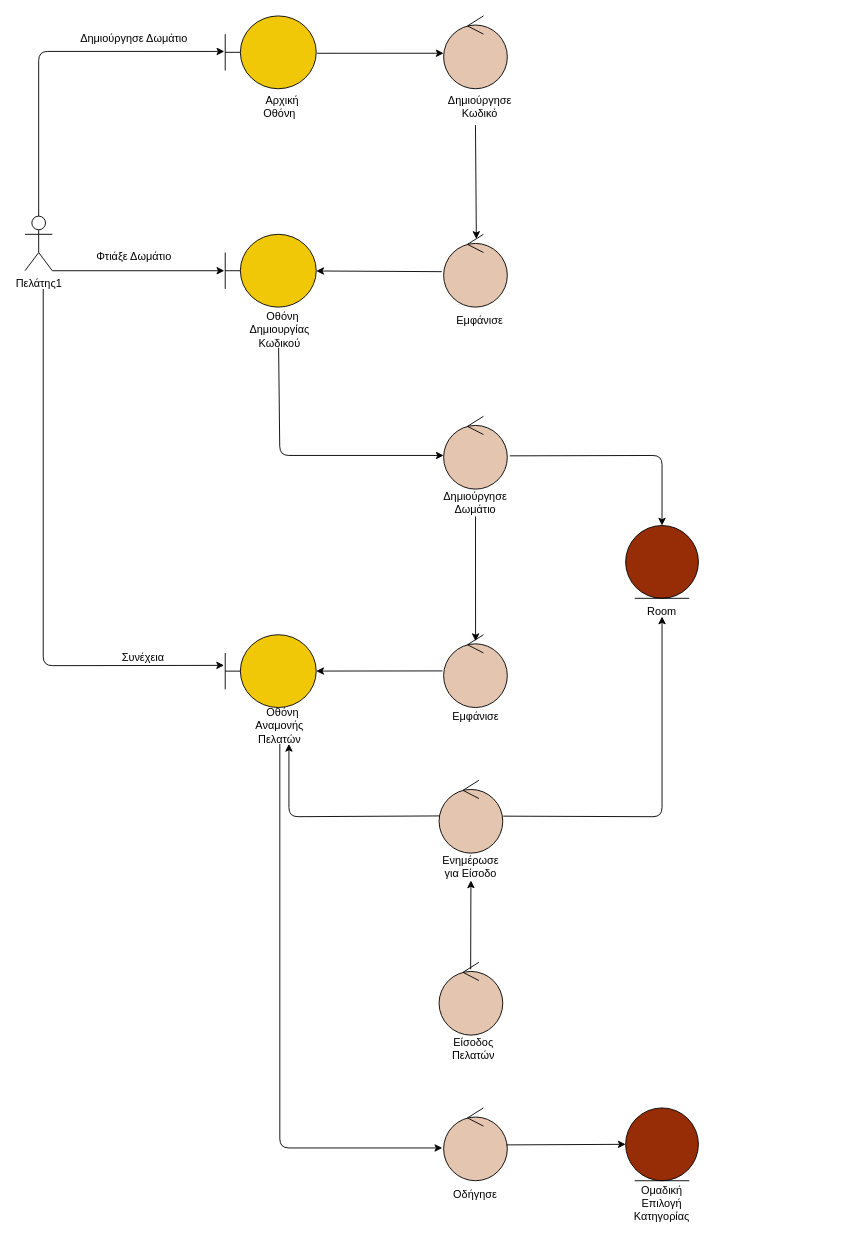
Before: docs/contributions/JoannaAgo/Phase_5/Create Room/Create_Room_Robustness.drawio in iloudaros/nomnomr, a draw.io diagram. Source tidied: cells renumbered, new cells numbered last; positions are measured from the earlier drawing's top-left corner, leaving out a move shared by most shapes. Both pictures are drawn from the tidied source at 91%, with x=0, y=0 at pixel (25, 15).
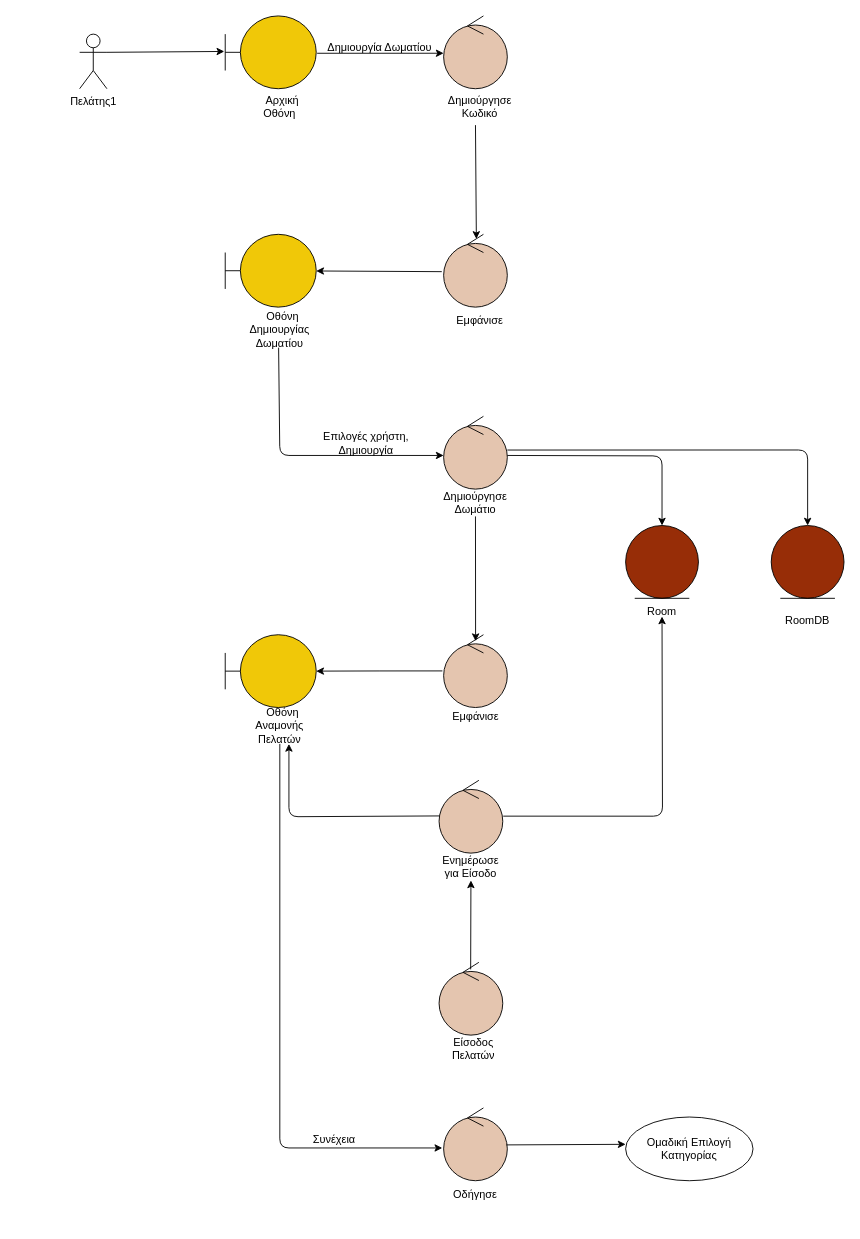
After the change.

Unchanged cells that the change refers to:
```xml
<mxCell id="3" style="shape=umlBoundary;whiteSpace=wrap;html=1;fillColor=#F0C808;" parent="1" vertex="1">
  <mxGeometry x="220" width="100" height="80" as="geometry" />
</mxCell>
<mxCell id="10" style="shape=umlBoundary;whiteSpace=wrap;html=1;fillColor=#F0C808;" parent="1" vertex="1">
  <mxGeometry x="220" y="240" width="100" height="80" as="geometry" />
</mxCell>
<mxCell id="17" style="ellipse;shape=umlControl;whiteSpace=wrap;html=1;fillColor=#E4C5AF;" parent="1" vertex="1">
  <mxGeometry x="460" y="440" width="70" height="80" as="geometry" />
</mxCell>
<mxCell id="20" style="ellipse;shape=umlEntity;whiteSpace=wrap;html=1;fillColor=#972D07;" parent="1" vertex="1">
  <mxGeometry x="660" y="560" width="80" height="80" as="geometry" />
</mxCell>
<mxCell id="23" style="ellipse;shape=umlControl;whiteSpace=wrap;html=1;fillColor=#E4C5AF;" parent="1" vertex="1">
  <mxGeometry x="460" y="680" width="70" height="80" as="geometry" />
</mxCell>
<mxCell id="25" style="shape=umlBoundary;whiteSpace=wrap;html=1;fillColor=#F0C808;" parent="1" vertex="1">
  <mxGeometry x="220" y="680" width="100" height="80" as="geometry" />
</mxCell>
<mxCell id="31" style="ellipse;shape=umlControl;whiteSpace=wrap;html=1;fillColor=#E4C5AF;" parent="1" vertex="1">
  <mxGeometry x="455" y="840" width="70" height="80" as="geometry" />
</mxCell>
<mxCell id="34" style="ellipse;shape=umlControl;whiteSpace=wrap;html=1;fillColor=#E4C5AF;" parent="1" vertex="1">
  <mxGeometry x="460" y="1200" width="70" height="80" as="geometry" />
</mxCell>
```

Diff of the diagram source:
```diff
@@
     <mxCell id="2" value="Πελάτης1" style="shape=umlActor;verticalLabelPosition=bottom;verticalAlign=top;html=1;" parent="1" vertex="1">
-      <mxGeometry y="220" width="30" height="60" as="geometry" />
+      <mxGeometry x="60" y="20" width="30" height="60" as="geometry" />
     </mxCell>
@@
-    <mxCell id="5" style="endArrow=classic;html=1;rounded=1;exitX=0.5;exitY=0;exitDx=0;exitDy=0;exitPerimeter=0;entryX=-0.01;entryY=0.488;entryDx=0;entryDy=0;entryPerimeter=0;" parent="1" edge="1" source="2" target="3">
-      <mxGeometry relative="1" as="geometry">
-        <Array as="points">
-          <mxPoint x="15" y="39" />
-        </Array>
-      </mxGeometry>
+    <mxCell id="5" style="endArrow=classic;html=1;rounded=1;exitX=1;exitY=0.3333333333333333;exitDx=0;exitDy=0;exitPerimeter=0;entryX=-0.01;entryY=0.488;entryDx=0;entryDy=0;entryPerimeter=0;" parent="1" edge="1" source="2" target="3">
+      <mxGeometry relative="1" as="geometry" />
     </mxCell>
@@
-    <mxCell id="14" value="&amp;nbsp; Οθόνη Δημιουργίας Κωδικού" style="text;html=1;strokeColor=none;fillColor=none;align=center;verticalAlign=middle;whiteSpace=wrap;rounded=0;" parent="1" vertex="1">
+    <mxCell id="14" value="&amp;nbsp; Οθόνη Δημιουργίας Δωματίου" style="text;html=1;strokeColor=none;fillColor=none;align=center;verticalAlign=middle;whiteSpace=wrap;rounded=0;" parent="1" vertex="1">
       <mxGeometry x="250" y="330" width="60" height="30" as="geometry" />
     </mxCell>
-    <mxCell id="15" style="endArrow=classic;html=1;rounded=0;exitX=1;exitY=1;exitDx=0;exitDy=0;exitPerimeter=0;entryX=-0.01;entryY=0.5;entryDx=0;entryDy=0;entryPerimeter=0;" parent="1" edge="1" source="2" target="10">
-      <mxGeometry relative="1" as="geometry" />
-    </mxCell>
-    <mxCell id="16" value="Δημιούργησε Δωμάτιο" style="text;html=1;strokeColor=none;fillColor=none;align=center;verticalAlign=middle;whiteSpace=wrap;rounded=0;" parent="1" vertex="1">
-      <mxGeometry x="50" y="10" width="140" height="30" as="geometry" />
+    <mxCell id="16" value="Δημιουργία Δωματίου" style="text;html=1;strokeColor=none;fillColor=none;align=center;verticalAlign=middle;whiteSpace=wrap;rounded=0;" parent="1" vertex="1">
+      <mxGeometry x="320" y="20" width="140" height="30" as="geometry" />
     </mxCell>
@@
-    <mxCell id="22" style="endArrow=classic;html=1;rounded=1;exitX=1.039;exitY=0.543;exitDx=0;exitDy=0;entryX=0.5;entryY=0;entryDx=0;entryDy=0;exitPerimeter=0;" parent="1" edge="1" source="17" target="20">
+    <mxCell id="22" style="endArrow=classic;html=1;rounded=1;entryX=0.5;entryY=0;entryDx=0;entryDy=0;edgeStyle=orthogonalEdgeStyle;" parent="1" edge="1" target="20">
       <mxGeometry relative="1" as="geometry">
-        <Array as="points">
-          <mxPoint x="700" y="483" />
-        </Array>
+        <mxPoint x="530" y="483" as="sourcePoint" />
       </mxGeometry>
     </mxCell>
@@
-    <mxCell id="28" style="endArrow=classic;html=1;rounded=0;exitX=-0.019;exitY=0.497;exitDx=0;exitDy=0;exitPerimeter=0;" parent="1" edge="1" source="23" target="25">
+    <mxCell id="28" style="endArrow=classic;html=1;rounded=0;exitX=-0.019;exitY=0.497;exitDx=0;exitDy=0;exitPerimeter=0;edgeStyle=orthogonalEdgeStyle;" parent="1" edge="1" source="23" target="25">
       <mxGeometry relative="1" as="geometry" />
     </mxCell>
-    <mxCell id="29" style="endArrow=classic;html=1;rounded=1;entryX=-0.013;entryY=0.421;entryDx=0;entryDy=0;entryPerimeter=0;" parent="1" edge="1" target="25">
-      <mxGeometry relative="1" as="geometry">
-        <mxPoint x="20" y="300" as="sourcePoint" />
-        <Array as="points">
-          <mxPoint x="20" y="714" />
-        </Array>
-      </mxGeometry>
-    </mxCell>
     <mxCell id="30" value="Συνέχεια" style="text;html=1;strokeColor=none;fillColor=none;align=center;verticalAlign=middle;whiteSpace=wrap;rounded=0;" parent="1" vertex="1">
-      <mxGeometry x="60" y="690" width="140" height="30" as="geometry" />
+      <mxGeometry x="270" y="1220" width="140" height="30" as="geometry" />
     </mxCell>
@@
-    <mxCell id="33" style="endArrow=classic;html=1;rounded=1;exitX=1.007;exitY=0.492;exitDx=0;exitDy=0;exitPerimeter=0;" parent="1" edge="1" source="31">
+    <mxCell id="33" style="endArrow=classic;html=1;rounded=1;exitX=1.007;exitY=0.492;exitDx=0;exitDy=0;exitPerimeter=0;edgeStyle=orthogonalEdgeStyle;" parent="1" edge="1" source="31">
       <mxGeometry relative="1" as="geometry">
         <mxPoint x="700" y="660" as="targetPoint" />
-        <Array as="points">
-          <mxPoint x="700" y="880" />
-        </Array>
       </mxGeometry>
     </mxCell>
@@
-    <mxCell id="37" style="ellipse;shape=umlEntity;whiteSpace=wrap;html=1;fillColor=#972D07;" parent="1" vertex="1">
-      <mxGeometry x="660" y="1200" width="80" height="80" as="geometry" />
-    </mxCell>
@@
-    <mxCell id="39" style="endArrow=classic;html=1;rounded=0;entryX=0;entryY=0.5;entryDx=0;entryDy=0;exitX=0.986;exitY=0.508;exitDx=0;exitDy=0;exitPerimeter=0;" parent="1" edge="1" source="34" target="37">
-      <mxGeometry relative="1" as="geometry" />
+    <mxCell id="39" style="endArrow=classic;html=1;rounded=0;entryX=0;entryY=0.5;entryDx=0;entryDy=0;exitX=0.986;exitY=0.508;exitDx=0;exitDy=0;exitPerimeter=0;" parent="1" edge="1" source="34">
+      <mxGeometry relative="1" as="geometry">
+        <mxPoint x="660" y="1240" as="targetPoint" />
+      </mxGeometry>
     </mxCell>
-    <mxCell id="40" value="Ομαδική Επιλογή Κατηγορίας" style="text;html=1;strokeColor=none;fillColor=none;align=center;verticalAlign=middle;whiteSpace=wrap;rounded=0;" parent="1" vertex="1">
-      <mxGeometry x="670" y="1290" width="60" height="30" as="geometry" />
-    </mxCell>
@@
-    <mxCell id="44" value="Φτιάξε Δωμάτιο" style="text;html=1;strokeColor=none;fillColor=none;align=center;verticalAlign=middle;whiteSpace=wrap;rounded=0;" parent="1" vertex="1">
-      <mxGeometry x="50" y="250" width="140" height="30" as="geometry" />
+    <mxCell id="44" value="Επιλογές χρήστη, Δημιουργία" style="text;html=1;strokeColor=none;fillColor=none;align=center;verticalAlign=middle;whiteSpace=wrap;rounded=0;" parent="1" vertex="1">
+      <mxGeometry x="305" y="455" width="140" height="30" as="geometry" />
     </mxCell>
+    <mxCell id="40" value="Ομαδική Επιλογή Κατηγορίας" style="ellipse;whiteSpace=wrap;html=1;" parent="1" vertex="1">
+      <mxGeometry x="660" y="1210" width="140" height="70" as="geometry" />
+    </mxCell>
+    <mxCell id="45" style="ellipse;shape=umlEntity;whiteSpace=wrap;html=1;fillColor=#972D07;" parent="1" vertex="1">
+      <mxGeometry x="820" y="560" width="80" height="80" as="geometry" />
+    </mxCell>
+    <mxCell id="46" value="RoomDB" style="text;html=1;strokeColor=none;fillColor=none;align=center;verticalAlign=middle;whiteSpace=wrap;rounded=0;" parent="1" vertex="1">
+      <mxGeometry x="830" y="650" width="60" height="30" as="geometry" />
+    </mxCell>
+    <mxCell id="47" style="endArrow=classic;html=1;rounded=1;exitX=1;exitY=0.463;exitDx=0;exitDy=0;entryX=0.5;entryY=0;entryDx=0;entryDy=0;exitPerimeter=0;edgeStyle=orthogonalEdgeStyle;" parent="1" edge="1" source="17" target="45">
+      <mxGeometry relative="1" as="geometry" />
+    </mxCell>
```
